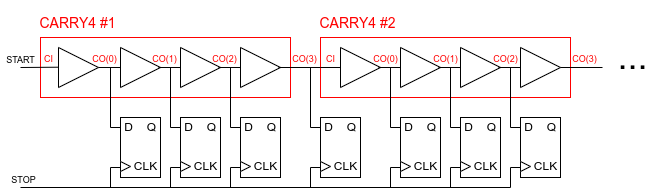
The draw.io diagram 3.Main-Work/images/carry-tdl.png in mconsonni96/Tesi, before a commit. Source tidied: cells renumbered, new cells last; positions are measured from the earlier drawing's top-left corner, leaving out a move shared by most shapes.
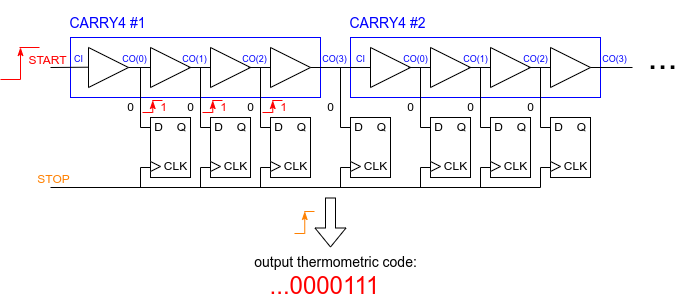
The same diagram one commit later.

Commit message:
aggiornata spiegazione carry4

Change to the diagram source:
```diff
@@ -26,19 +26,19 @@
     <mxCell id="9" style="triangle;whiteSpace=wrap;html=1;" parent="1" vertex="1">
       <mxGeometry x="520" y="47" width="40" height="40" as="geometry" />
     </mxCell>
-    <mxCell id="10" style="rounded=0;whiteSpace=wrap;html=1;fillColor=none;strokeColor=#FF0000;" parent="1" vertex="1">
+    <mxCell id="10" style="rounded=0;whiteSpace=wrap;html=1;fillColor=none;strokeColor=#0000FF;" parent="1" vertex="1">
       <mxGeometry x="40" y="37" width="250" height="60" as="geometry" />
     </mxCell>
-    <mxCell id="11" style="rounded=0;whiteSpace=wrap;html=1;fillColor=none;strokeColor=#FF0000;" parent="1" vertex="1">
+    <mxCell id="11" style="rounded=0;whiteSpace=wrap;html=1;fillColor=none;strokeColor=#0000FF;" parent="1" vertex="1">
       <mxGeometry x="320" y="37" width="250" height="60" as="geometry" />
     </mxCell>
     <mxCell id="12" value="&lt;font style=&quot;font-size: 36px&quot; color=&quot;#000000&quot;&gt;...&lt;/font&gt;" style="text;html=1;align=center;verticalAlign=middle;fillColor=none;strokeColor=none;rounded=0;" parent="1" vertex="1">
       <mxGeometry x="607" y="41" width="50" height="30" as="geometry" />
     </mxCell>
-    <mxCell id="13" value="&lt;font style=&quot;font-size: 14px&quot; color=&quot;#ff0000&quot;&gt;CARRY4 #1&lt;/font&gt;" style="text;html=1;align=center;verticalAlign=middle;fillColor=none;strokeColor=none;rounded=0;fontSize=24;" parent="1" vertex="1">
+    <mxCell id="13" value="&lt;font style=&quot;font-size: 14px&quot; color=&quot;#0000ff&quot;&gt;CARRY4 #1&lt;/font&gt;" style="text;html=1;align=center;verticalAlign=middle;fillColor=none;strokeColor=none;rounded=0;fontSize=24;" parent="1" vertex="1">
       <mxGeometry x="32" width="90" height="40" as="geometry" />
     </mxCell>
-    <mxCell id="14" value="&lt;font style=&quot;font-size: 14px&quot; color=&quot;#ff0000&quot;&gt;CARRY4 #2&lt;/font&gt;" style="text;html=1;align=center;verticalAlign=middle;fillColor=none;strokeColor=none;rounded=0;fontSize=24;" parent="1" vertex="1">
+    <mxCell id="14" value="&lt;font style=&quot;font-size: 14px&quot; color=&quot;#0000ff&quot;&gt;CARRY4 #2&lt;/font&gt;" style="text;html=1;align=center;verticalAlign=middle;fillColor=none;strokeColor=none;rounded=0;fontSize=24;" parent="1" vertex="1">
       <mxGeometry x="312" width="90" height="40" as="geometry" />
     </mxCell>
     <mxCell id="15" style="endArrow=none;html=1;fontSize=18;" parent="1" edge="1">
@@ -65,11 +65,6 @@
         <mxPoint x="240" y="67" as="targetPoint" />
       </mxGeometry>
     </mxCell>
-    <mxCell id="19" style="endArrow=none;html=1;fontSize=18;" parent="1" edge="1" target="11">
-      <mxGeometry relative="1" as="geometry">
-        <mxPoint x="278" y="67" as="sourcePoint" />
-      </mxGeometry>
-    </mxCell>
     <mxCell id="20" style="endArrow=none;html=1;fontSize=18;" parent="1" edge="1">
       <mxGeometry relative="1" as="geometry">
         <mxPoint x="378" y="67" as="sourcePoint" />
@@ -373,47 +368,190 @@
         <mxPoint x="520" y="167" as="targetPoint" />
       </mxGeometry>
     </mxCell>
-    <mxCell id="88" value="&lt;font style=&quot;font-size: 9px&quot;&gt;CI&lt;/font&gt;" style="text;html=1;align=center;verticalAlign=middle;fillColor=none;strokeColor=none;rounded=0;fontSize=36;fontColor=#FF0000;" parent="1" vertex="1">
+    <mxCell id="88" value="&lt;font style=&quot;font-size: 9px&quot; color=&quot;#0000ff&quot;&gt;CI&lt;/font&gt;" style="text;html=1;align=center;verticalAlign=middle;fillColor=none;strokeColor=none;rounded=0;fontSize=36;fontColor=#FF0000;" parent="1" vertex="1">
       <mxGeometry x="38" y="19" width="20" height="60" as="geometry" />
     </mxCell>
-    <mxCell id="89" value="&lt;font style=&quot;font-size: 9px&quot;&gt;CO(0)&lt;/font&gt;" style="text;html=1;align=center;verticalAlign=middle;fillColor=none;strokeColor=none;rounded=0;fontSize=36;fontColor=#FF0000;" parent="1" vertex="1">
+    <mxCell id="89" value="&lt;font style=&quot;font-size: 9px&quot; color=&quot;#0000ff&quot;&gt;CO(0)&lt;/font&gt;" style="text;html=1;align=center;verticalAlign=middle;fillColor=none;strokeColor=none;rounded=0;fontSize=36;fontColor=#FF0000;" parent="1" vertex="1">
       <mxGeometry x="84" y="19" width="40" height="60" as="geometry" />
     </mxCell>
-    <mxCell id="90" value="&lt;font style=&quot;font-size: 9px&quot;&gt;CO(1)&lt;/font&gt;" style="text;html=1;align=center;verticalAlign=middle;fillColor=none;strokeColor=none;rounded=0;fontSize=36;fontColor=#FF0000;" parent="1" vertex="1">
+    <mxCell id="90" value="&lt;font style=&quot;font-size: 9px&quot; color=&quot;#0000ff&quot;&gt;CO(1)&lt;/font&gt;" style="text;html=1;align=center;verticalAlign=middle;fillColor=none;strokeColor=none;rounded=0;fontSize=36;fontColor=#FF0000;" parent="1" vertex="1">
       <mxGeometry x="144" y="19" width="40" height="60" as="geometry" />
     </mxCell>
-    <mxCell id="91" value="&lt;font style=&quot;font-size: 9px&quot;&gt;CO(2)&lt;/font&gt;" style="text;html=1;align=center;verticalAlign=middle;fillColor=none;strokeColor=none;rounded=0;fontSize=36;fontColor=#FF0000;" parent="1" vertex="1">
+    <mxCell id="91" value="&lt;font style=&quot;font-size: 9px&quot; color=&quot;#0000ff&quot;&gt;CO(2)&lt;/font&gt;" style="text;html=1;align=center;verticalAlign=middle;fillColor=none;strokeColor=none;rounded=0;fontSize=36;fontColor=#FF0000;" parent="1" vertex="1">
       <mxGeometry x="204" y="19" width="40" height="60" as="geometry" />
     </mxCell>
-    <mxCell id="92" value="&lt;font style=&quot;font-size: 9px&quot;&gt;CO(3)&lt;/font&gt;" style="text;html=1;align=center;verticalAlign=middle;fillColor=none;strokeColor=none;rounded=0;fontSize=36;fontColor=#FF0000;" parent="1" vertex="1">
+    <mxCell id="92" value="&lt;font style=&quot;font-size: 9px&quot; color=&quot;#0000ff&quot;&gt;CO(3)&lt;/font&gt;" style="text;html=1;align=center;verticalAlign=middle;fillColor=none;strokeColor=none;rounded=0;fontSize=36;fontColor=#FF0000;" parent="1" vertex="1">
       <mxGeometry x="284" y="19" width="40" height="60" as="geometry" />
     </mxCell>
-    <mxCell id="93" style="endArrow=none;html=1;fontSize=9;fontColor=#FF0000;" parent="1" edge="1">
+    <mxCell id="93" style="endArrow=none;html=1;fontSize=9;fontColor=#FF0000;exitX=1;exitY=0.5;exitDx=0;exitDy=0;" parent="1" edge="1" source="5">
       <mxGeometry relative="1" as="geometry">
-        <mxPoint x="320" y="67" as="sourcePoint" />
         <mxPoint x="340" y="67" as="targetPoint" />
       </mxGeometry>
     </mxCell>
-    <mxCell id="94" value="&lt;font style=&quot;font-size: 9px&quot;&gt;CI&lt;/font&gt;" style="text;html=1;align=center;verticalAlign=middle;fillColor=none;strokeColor=none;rounded=0;fontSize=36;fontColor=#FF0000;" parent="1" vertex="1">
+    <mxCell id="94" value="&lt;font style=&quot;font-size: 9px&quot; color=&quot;#0000ff&quot;&gt;CI&lt;/font&gt;" style="text;html=1;align=center;verticalAlign=middle;fillColor=none;strokeColor=none;rounded=0;fontSize=36;fontColor=#FF0000;" parent="1" vertex="1">
       <mxGeometry x="320" y="19" width="20" height="60" as="geometry" />
     </mxCell>
-    <mxCell id="95" value="&lt;font style=&quot;font-size: 9px&quot;&gt;CO(0)&lt;/font&gt;" style="text;html=1;align=center;verticalAlign=middle;fillColor=none;strokeColor=none;rounded=0;fontSize=36;fontColor=#FF0000;" parent="1" vertex="1">
+    <mxCell id="95" value="&lt;font style=&quot;font-size: 9px&quot; color=&quot;#0000ff&quot;&gt;CO(0)&lt;/font&gt;" style="text;html=1;align=center;verticalAlign=middle;fillColor=none;strokeColor=none;rounded=0;fontSize=36;fontColor=#FF0000;" parent="1" vertex="1">
       <mxGeometry x="365" y="19" width="40" height="60" as="geometry" />
     </mxCell>
-    <mxCell id="96" value="&lt;font style=&quot;font-size: 9px&quot;&gt;CO(1)&lt;/font&gt;" style="text;html=1;align=center;verticalAlign=middle;fillColor=none;strokeColor=none;rounded=0;fontSize=36;fontColor=#FF0000;" parent="1" vertex="1">
+    <mxCell id="96" value="&lt;font style=&quot;font-size: 9px&quot; color=&quot;#0000ff&quot;&gt;CO(1)&lt;/font&gt;" style="text;html=1;align=center;verticalAlign=middle;fillColor=none;strokeColor=none;rounded=0;fontSize=36;fontColor=#FF0000;" parent="1" vertex="1">
       <mxGeometry x="425" y="19" width="40" height="60" as="geometry" />
     </mxCell>
-    <mxCell id="97" value="&lt;font style=&quot;font-size: 9px&quot;&gt;CO(2)&lt;/font&gt;" style="text;html=1;align=center;verticalAlign=middle;fillColor=none;strokeColor=none;rounded=0;fontSize=36;fontColor=#FF0000;" parent="1" vertex="1">
+    <mxCell id="97" value="&lt;font style=&quot;font-size: 9px&quot; color=&quot;#0000ff&quot;&gt;CO(2)&lt;/font&gt;" style="text;html=1;align=center;verticalAlign=middle;fillColor=none;strokeColor=none;rounded=0;fontSize=36;fontColor=#FF0000;" parent="1" vertex="1">
       <mxGeometry x="485" y="19" width="40" height="60" as="geometry" />
     </mxCell>
-    <mxCell id="98" value="&lt;font style=&quot;font-size: 9px&quot;&gt;CO(3)&lt;/font&gt;" style="text;html=1;align=center;verticalAlign=middle;fillColor=none;strokeColor=none;rounded=0;fontSize=36;fontColor=#FF0000;" parent="1" vertex="1">
+    <mxCell id="98" value="&lt;font style=&quot;font-size: 9px&quot; color=&quot;#0000ff&quot;&gt;CO(3)&lt;/font&gt;" style="text;html=1;align=center;verticalAlign=middle;fillColor=none;strokeColor=none;rounded=0;fontSize=36;fontColor=#FF0000;" parent="1" vertex="1">
       <mxGeometry x="564" y="19" width="40" height="60" as="geometry" />
     </mxCell>
-    <mxCell id="99" value="&lt;font color=&quot;#000000&quot;&gt;START&lt;/font&gt;" style="text;html=1;align=center;verticalAlign=middle;fillColor=none;strokeColor=none;rounded=0;fontSize=9;fontColor=#FF0000;" parent="1" vertex="1">
-      <mxGeometry y="50" width="40" height="20" as="geometry" />
+    <mxCell id="99" value="&lt;font style=&quot;font-size: 12px&quot;&gt;START&lt;/font&gt;" style="text;html=1;align=center;verticalAlign=middle;fillColor=none;strokeColor=none;rounded=0;fontSize=9;fontColor=#FF0000;" parent="1" vertex="1">
+      <mxGeometry x="-8" y="50" width="50" height="20" as="geometry" />
     </mxCell>
-    <mxCell id="100" value="&lt;font color=&quot;#000000&quot;&gt;STOP&lt;/font&gt;" style="text;html=1;align=center;verticalAlign=middle;fillColor=none;strokeColor=none;rounded=0;fontSize=9;fontColor=#FF0000;" parent="1" vertex="1">
-      <mxGeometry x="3" y="170" width="40" height="20" as="geometry" />
+    <mxCell id="100" value="&lt;font color=&quot;#ff8000&quot; style=&quot;font-size: 12px&quot;&gt;STOP&lt;/font&gt;" style="text;html=1;align=center;verticalAlign=middle;fillColor=none;strokeColor=none;rounded=0;fontSize=9;fontColor=#FF0000;" parent="1" vertex="1">
+      <mxGeometry x="-2" y="169" width="50" height="20" as="geometry" />
     </mxCell>
+    <mxCell id="101" value="&lt;font color=&quot;#000000&quot;&gt;0&lt;/font&gt;" style="text;html=1;align=center;verticalAlign=middle;fillColor=none;strokeColor=none;rounded=0;fontColor=#FF0000;" parent="1" vertex="1">
+      <mxGeometry x="90" y="97" width="20" height="20" as="geometry" />
+    </mxCell>
+    <mxCell id="102" value="&lt;font color=&quot;#000000&quot;&gt;0&lt;/font&gt;" style="text;html=1;align=center;verticalAlign=middle;fillColor=none;strokeColor=none;rounded=0;fontColor=#FF0000;" parent="1" vertex="1">
+      <mxGeometry x="150" y="97" width="20" height="20" as="geometry" />
+    </mxCell>
+    <mxCell id="103" value="&lt;font color=&quot;#000000&quot;&gt;0&lt;/font&gt;" style="text;html=1;align=center;verticalAlign=middle;fillColor=none;strokeColor=none;rounded=0;fontColor=#FF0000;" parent="1" vertex="1">
+      <mxGeometry x="210" y="97" width="20" height="20" as="geometry" />
+    </mxCell>
+    <mxCell id="104" value="&lt;font color=&quot;#000000&quot;&gt;0&lt;/font&gt;" style="text;html=1;align=center;verticalAlign=middle;fillColor=none;strokeColor=none;rounded=0;fontColor=#FF0000;" parent="1" vertex="1">
+      <mxGeometry x="290" y="97" width="20" height="20" as="geometry" />
+    </mxCell>
+    <mxCell id="105" value="&lt;font color=&quot;#000000&quot;&gt;0&lt;/font&gt;" style="text;html=1;align=center;verticalAlign=middle;fillColor=none;strokeColor=none;rounded=0;fontColor=#FF0000;" parent="1" vertex="1">
+      <mxGeometry x="370" y="97" width="20" height="20" as="geometry" />
+    </mxCell>
+    <mxCell id="106" value="&lt;font color=&quot;#000000&quot;&gt;0&lt;/font&gt;" style="text;html=1;align=center;verticalAlign=middle;fillColor=none;strokeColor=none;rounded=0;fontColor=#FF0000;" parent="1" vertex="1">
+      <mxGeometry x="430" y="97" width="20" height="20" as="geometry" />
+    </mxCell>
+    <mxCell id="107" value="&lt;font color=&quot;#000000&quot;&gt;0&lt;/font&gt;" style="text;html=1;align=center;verticalAlign=middle;fillColor=none;strokeColor=none;rounded=0;fontColor=#FF0000;" parent="1" vertex="1">
+      <mxGeometry x="490" y="97" width="20" height="20" as="geometry" />
+    </mxCell>
+    <mxCell id="108" style="group;" parent="1" vertex="1">
+      <mxGeometry x="-30" y="47" width="39" height="32" as="geometry" />
+    </mxCell>
+    <mxCell id="109" style="endArrow=none;html=1;fontSize=12;fontColor=#000000;strokeColor=#FF0000;" parent="108" edge="1">
+      <mxGeometry relative="1" as="geometry">
+        <mxPoint y="32" as="sourcePoint" />
+        <mxPoint x="20" y="32" as="targetPoint" />
+      </mxGeometry>
+    </mxCell>
+    <mxCell id="110" style="endArrow=classicThin;html=1;fontSize=12;fontColor=#000000;strokeColor=#FF0000;endFill=1;" parent="108" edge="1">
+      <mxGeometry relative="1" as="geometry">
+        <mxPoint x="20" y="32" as="sourcePoint" />
+        <mxPoint x="20" as="targetPoint" />
+      </mxGeometry>
+    </mxCell>
+    <mxCell id="111" style="endArrow=none;html=1;fontSize=12;fontColor=#000000;strokeColor=#FF0000;" parent="108" edge="1">
+      <mxGeometry relative="1" as="geometry">
+        <mxPoint x="19" as="sourcePoint" />
+        <mxPoint x="39" as="targetPoint" />
+      </mxGeometry>
+    </mxCell>
+    <mxCell id="112" style="group;" parent="1" vertex="1">
+      <mxGeometry x="112" y="100" width="20" height="12" as="geometry" />
+    </mxCell>
+    <mxCell id="113" style="endArrow=none;html=1;fontSize=12;fontColor=#000000;strokeColor=#FF0000;" parent="112" edge="1">
+      <mxGeometry relative="1" as="geometry">
+        <mxPoint y="12" as="sourcePoint" />
+        <mxPoint x="10.3" y="12" as="targetPoint" />
+      </mxGeometry>
+    </mxCell>
+    <mxCell id="114" style="endArrow=classicThin;html=1;fontSize=12;fontColor=#000000;strokeColor=#FF0000;endFill=1;" parent="112" edge="1">
+      <mxGeometry relative="1" as="geometry">
+        <mxPoint x="10.3" y="12" as="sourcePoint" />
+        <mxPoint x="10.3" as="targetPoint" />
+      </mxGeometry>
+    </mxCell>
+    <mxCell id="115" style="endArrow=none;html=1;fontSize=12;fontColor=#000000;strokeColor=#FF0000;" parent="112" edge="1">
+      <mxGeometry relative="1" as="geometry">
+        <mxPoint x="9.7" as="sourcePoint" />
+        <mxPoint x="20" as="targetPoint" />
+      </mxGeometry>
+    </mxCell>
+    <mxCell id="116" value="1" style="text;html=1;align=center;verticalAlign=middle;fillColor=none;strokeColor=none;rounded=0;fontColor=#FF0000;" parent="1" vertex="1">
+      <mxGeometry x="123" y="97" width="20" height="20" as="geometry" />
+    </mxCell>
+    <mxCell id="117" style="group;" parent="1" vertex="1">
+      <mxGeometry x="172" y="100" width="20" height="12" as="geometry" />
+    </mxCell>
+    <mxCell id="118" style="endArrow=none;html=1;fontSize=12;fontColor=#000000;strokeColor=#FF0000;" parent="117" edge="1">
+      <mxGeometry relative="1" as="geometry">
+        <mxPoint y="12" as="sourcePoint" />
+        <mxPoint x="10.3" y="12" as="targetPoint" />
+      </mxGeometry>
+    </mxCell>
+    <mxCell id="119" style="endArrow=classicThin;html=1;fontSize=12;fontColor=#000000;strokeColor=#FF0000;endFill=1;" parent="117" edge="1">
+      <mxGeometry relative="1" as="geometry">
+        <mxPoint x="10.3" y="12" as="sourcePoint" />
+        <mxPoint x="10.3" as="targetPoint" />
+      </mxGeometry>
+    </mxCell>
+    <mxCell id="120" style="endArrow=none;html=1;fontSize=12;fontColor=#000000;strokeColor=#FF0000;" parent="117" edge="1">
+      <mxGeometry relative="1" as="geometry">
+        <mxPoint x="9.7" as="sourcePoint" />
+        <mxPoint x="20" as="targetPoint" />
+      </mxGeometry>
+    </mxCell>
+    <mxCell id="121" value="1" style="text;html=1;align=center;verticalAlign=middle;fillColor=none;strokeColor=none;rounded=0;fontColor=#FF0000;" parent="1" vertex="1">
+      <mxGeometry x="183" y="97" width="20" height="20" as="geometry" />
+    </mxCell>
+    <mxCell id="122" style="group;" parent="1" vertex="1">
+      <mxGeometry x="232" y="100" width="20" height="12" as="geometry" />
+    </mxCell>
+    <mxCell id="123" style="endArrow=none;html=1;fontSize=12;fontColor=#000000;strokeColor=#FF0000;" parent="122" edge="1">
+      <mxGeometry relative="1" as="geometry">
+        <mxPoint y="12" as="sourcePoint" />
+        <mxPoint x="10.3" y="12" as="targetPoint" />
+      </mxGeometry>
+    </mxCell>
+    <mxCell id="124" style="endArrow=classicThin;html=1;fontSize=12;fontColor=#000000;strokeColor=#FF0000;endFill=1;" parent="122" edge="1">
+      <mxGeometry relative="1" as="geometry">
+        <mxPoint x="10.3" y="12" as="sourcePoint" />
+        <mxPoint x="10.3" as="targetPoint" />
+      </mxGeometry>
+    </mxCell>
+    <mxCell id="125" style="endArrow=none;html=1;fontSize=12;fontColor=#000000;strokeColor=#FF0000;" parent="122" edge="1">
+      <mxGeometry relative="1" as="geometry">
+        <mxPoint x="9.7" as="sourcePoint" />
+        <mxPoint x="20" as="targetPoint" />
+      </mxGeometry>
+    </mxCell>
+    <mxCell id="126" value="1" style="text;html=1;align=center;verticalAlign=middle;fillColor=none;strokeColor=none;rounded=0;fontColor=#FF0000;" parent="1" vertex="1">
+      <mxGeometry x="243" y="97" width="20" height="20" as="geometry" />
+    </mxCell>
+    <mxCell id="127" style="shape=flexArrow;endArrow=classic;html=1;fontColor=#FF0000;" parent="1" edge="1">
+      <mxGeometry relative="1" as="geometry">
+        <mxPoint x="300" y="197" as="sourcePoint" />
+        <mxPoint x="300" y="247" as="targetPoint" />
+      </mxGeometry>
+    </mxCell>
+    <mxCell id="128" value="&lt;font style=&quot;font-size: 14px&quot; color=&quot;#000000&quot;&gt;output thermometric code:&lt;/font&gt;" style="text;html=1;align=center;verticalAlign=middle;fillColor=none;strokeColor=none;rounded=0;fontSize=24;" parent="1" vertex="1">
+      <mxGeometry x="215" y="239" width="180" height="40" as="geometry" />
+    </mxCell>
+    <mxCell id="129" value="&lt;font color=&quot;#ff0000&quot; style=&quot;font-size: 24px&quot;&gt;...0000111&lt;/font&gt;" style="text;html=1;align=center;verticalAlign=middle;fillColor=none;strokeColor=none;rounded=0;fontColor=#000000;" parent="1" vertex="1">
+      <mxGeometry x="229" y="276" width="130" height="20" as="geometry" />
+    </mxCell>
+    <mxCell id="130" style="endArrow=none;html=1;fontSize=12;fontColor=#000000;strokeColor=#FF8000;" parent="1" edge="1">
+      <mxGeometry relative="1" as="geometry">
+        <mxPoint x="264" y="233" as="sourcePoint" />
+        <mxPoint x="274.3" y="233" as="targetPoint" />
+      </mxGeometry>
+    </mxCell>
+    <mxCell id="131" style="endArrow=classicThin;html=1;fontSize=12;fontColor=#000000;strokeColor=#FF8000;endFill=1;" parent="1" edge="1">
+      <mxGeometry relative="1" as="geometry">
+        <mxPoint x="274.3" y="233" as="sourcePoint" />
+        <mxPoint x="274.3" y="211" as="targetPoint" />
+      </mxGeometry>
+    </mxCell>
+    <mxCell id="132" style="endArrow=none;html=1;fontSize=12;fontColor=#000000;strokeColor=#FF8000;" parent="1" edge="1">
+      <mxGeometry relative="1" as="geometry">
+        <mxPoint x="273.7" y="211" as="sourcePoint" />
+        <mxPoint x="284" y="211" as="targetPoint" />
+      </mxGeometry>
+    </mxCell>
   </root>
 </mxGraphModel>
```
